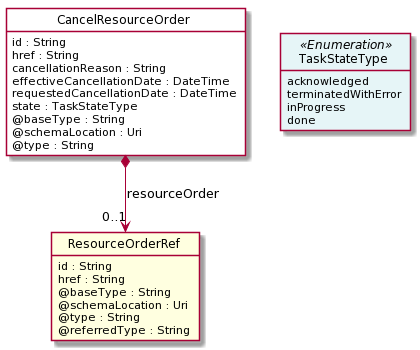
Above: apis/TMF652_Resource_Order/documentation/diagrams/Resource_CancelResourceOrder.png in tmforum-apis/Open_Api_And_Data_Model (PlantUML), before the change. Its diagram source:
```plantuml
@startuml
hide circle
hide methods
hide stereotype
show <<Enumeration>> stereotype
skinparam class {
   BackgroundColor<<Enumeration>> #E6F5F7
   BackgroundColor<<Ref>> #FFFFE0
   BackgroundColor<<Pivot>> #FFFFFFF
   BackgroundColor #FCF2E3
}

class CancelResourceOrder <<Pivot>> {
    id : String
    href : String
    cancellationReason : String
    effectiveCancellationDate : DateTime
    requestedCancellationDate : DateTime
    state : TaskStateType
    @baseType : String
    @schemaLocation : Uri
    @type : String
}

class TaskStateType <<Enumeration>> {
    acknowledged
    terminatedWithError
    inProgress
    done
}


class ResourceOrderRef <<Ref>> {
    id : String
    href : String
    @baseType : String
    @schemaLocation : Uri
    @type : String
    @referredType : String
}


CancelResourceOrder -right[hidden]-> TaskStateType
CancelResourceOrder *-->  "0..1" ResourceOrderRef : resourceOrder

@enduml
```
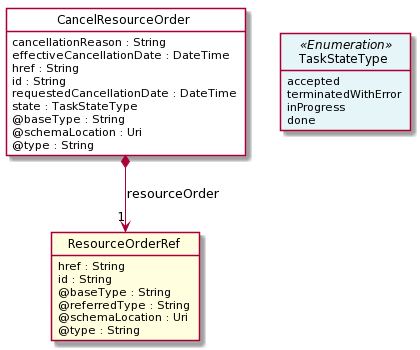
Later version of the same file.

Diff of the diagram source:
```diff
@@ -10,11 +10,11 @@
    BackgroundColor #FCF2E3
 }
 
-class CancelResourceOrder <<Pivot>> {
-    id : String
-    href : String
+class CancelResourceOrder  <<Pivot>> {
     cancellationReason : String
     effectiveCancellationDate : DateTime
+    href : String
+    id : String
     requestedCancellationDate : DateTime
     state : TaskStateType
     @baseType : String
@@ -23,24 +23,23 @@
 }
 
 class TaskStateType <<Enumeration>> {
-    acknowledged
+    accepted
     terminatedWithError
     inProgress
     done
 }
 
-
-class ResourceOrderRef <<Ref>> {
+class ResourceOrderRef  <<Ref>> {
+    href : String
     id : String
-    href : String
     @baseType : String
+    @referredType : String
     @schemaLocation : Uri
     @type : String
-    @referredType : String
 }
 
+CancelResourceOrder -right[hidden]-> TaskStateType
 
-CancelResourceOrder -right[hidden]-> TaskStateType
-CancelResourceOrder *-->  "0..1" ResourceOrderRef : resourceOrder
+CancelResourceOrder *-->  "1" ResourceOrderRef : resourceOrder
 
 @enduml
```
